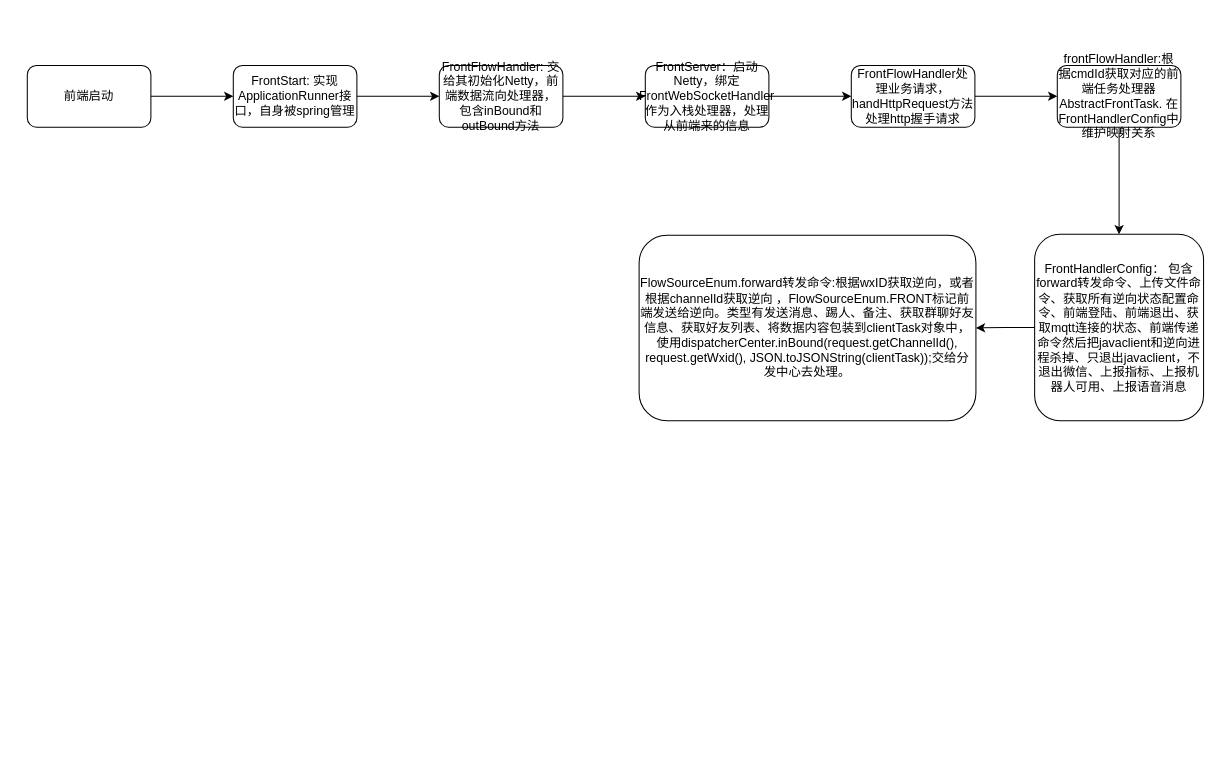
Above: javaClient.drawio in 1819011603/- (draw.io), before the change. Source tidied: cells renumbered, new cells numbered last; positions are measured from the earlier drawing's top-left corner, leaving out a move shared by most shapes. Both pictures are drawn from the tidied source at 103%, with x=0, y=0 at pixel (27, 65).
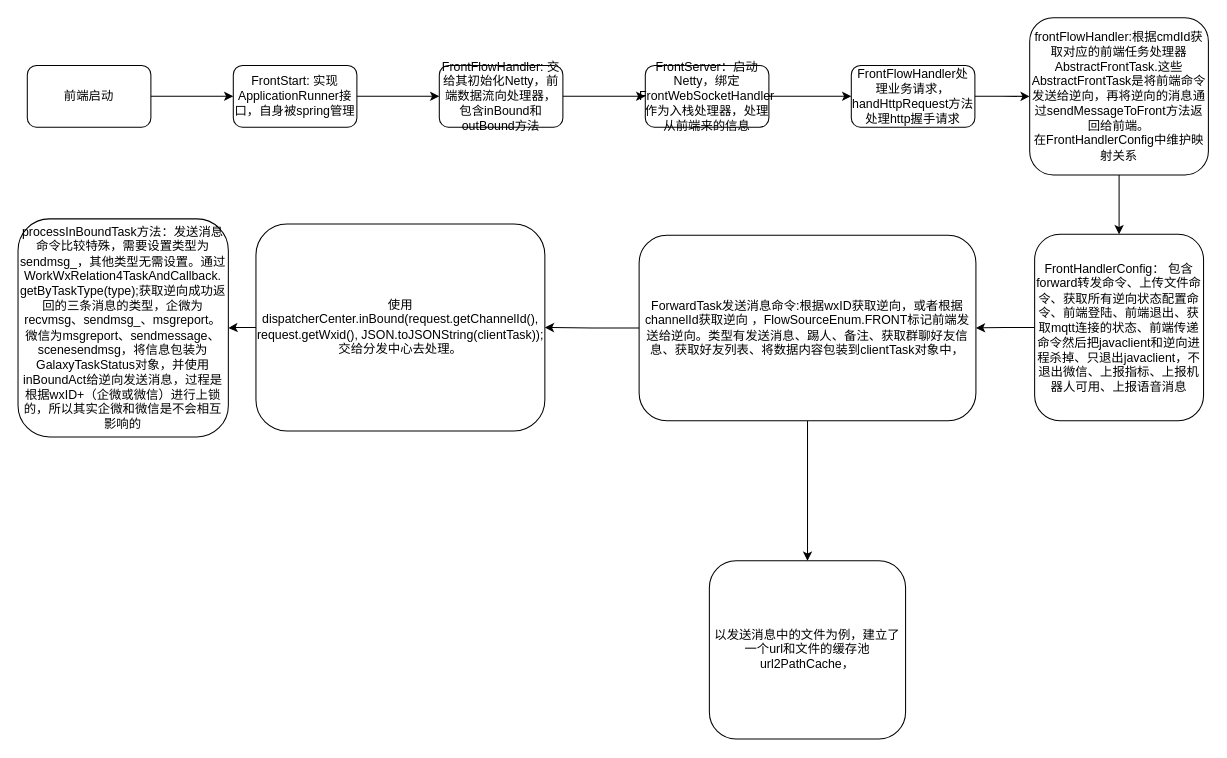
The same page after the edit.

Diff of the diagram source:
```diff
@@
-    <mxCell id="13" value="frontFlowHandler:根据cmdId获取对应的前端任务处理器AbstractFrontTask. 在FrontHandlerConfig中维护映射关系" style="whiteSpace=wrap;html=1;rounded=1;" parent="1" vertex="1">
-      <mxGeometry x="1000" width="120" height="60" as="geometry" />
+    <mxCell id="13" value="frontFlowHandler:根据cmdId获取对应的前端任务处理器AbstractFrontTask.这些AbstractFrontTask是将前端命令发送给逆向，再将逆向的消息通过sendMessageToFront方法&lt;span style=&quot;background-color: initial;&quot;&gt;返回给前端。&lt;/span&gt;&lt;br&gt;在FrontHandlerConfig中维护映射关系" style="whiteSpace=wrap;html=1;rounded=1;" parent="1" vertex="1">
+      <mxGeometry x="973.2" y="-46.2" width="173.5" height="152.5" as="geometry" />
     </mxCell>
@@
+    <mxCell id="17" style="edgeStyle=orthogonalEdgeStyle;rounded=0;jettySize=auto;html=1;" parent="1" edge="1" source="16" target="20">
+      <mxGeometry relative="1" as="geometry" />
+    </mxCell>
+    <mxCell id="18" style="edgeStyle=orthogonalEdgeStyle;rounded=0;jettySize=auto;html=1;" parent="1" edge="1" source="16" target="21">
+      <mxGeometry relative="1" as="geometry" />
+    </mxCell>
-    <mxCell id="16" value="FlowSourceEnum.forward转发命令:根据wxID获取逆向，或者根据channelId获取逆向 ，FlowSourceEnum.FRONT标记前端发送给逆向。类型有发送消息、踢人、备注、获取群聊好友信息、获取好友列表、将数据内容包装到clientTask对象中，使用dispatcherCenter.inBound(request.getChannelId(), request.getWxid(), JSON.toJSONString(clientTask));交给分发中心去处理。" style="whiteSpace=wrap;html=1;rounded=1;" parent="1" vertex="1">
+    <mxCell id="16" value="ForwardTask发送消息命令:根据wxID获取逆向，或者根据channelId获取逆向 ，FlowSourceEnum.FRONT标记前端发送给逆向。类型有发送消息、踢人、备注、获取群聊好友信息、获取好友列表、将数据内容包装到clientTask对象中，" style="whiteSpace=wrap;html=1;rounded=1;" parent="1" vertex="1">
       <mxGeometry x="594" y="164.8" width="327" height="180.2" as="geometry" />
     </mxCell>
+    <mxCell id="19" style="edgeStyle=orthogonalEdgeStyle;rounded=0;jettySize=auto;html=1;" parent="1" edge="1" source="20" target="22">
+      <mxGeometry relative="1" as="geometry" />
+    </mxCell>
+    <mxCell id="20" value="使用dispatcherCenter.inBound(request.getChannelId(), request.getWxid(), JSON.toJSONString(clientTask));交给分发中心去处理。" style="whiteSpace=wrap;html=1;rounded=1;" parent="1" vertex="1">
+      <mxGeometry x="222" y="153.9" width="280.5" height="201.1" as="geometry" />
+    </mxCell>
+    <mxCell id="21" value="以发送消息中的文件为例，建立了一个url和文件的缓存池url2PathCache，" style="whiteSpace=wrap;html=1;rounded=1;" parent="1" vertex="1">
+      <mxGeometry x="662.2" y="481" width="190.5" height="172.9" as="geometry" />
+    </mxCell>
+    <mxCell id="22" value="processInBoundTask方法：发送消息命令比较特殊，需要设置类型为sendmsg_，其他类型无需设置。通过WorkWxRelation4TaskAndCallback.&lt;br&gt;getByTaskType(type);获取逆向成功返回的三条消息的类型，企微为recvmsg、sendmsg_、msgreport。微信为msgreport、sendmessage、scenesendmsg，将信息包装为GalaxyTaskStatus对象，并使用inBoundAct给逆向发送消息，过程是根据wxID+（企微或微信）进行上锁的，所以其实企微和微信是不会相互影响的" style="whiteSpace=wrap;html=1;rounded=1;" parent="1" vertex="1">
+      <mxGeometry x="-9" y="149" width="204.2" height="211.7" as="geometry" />
+    </mxCell>
```
